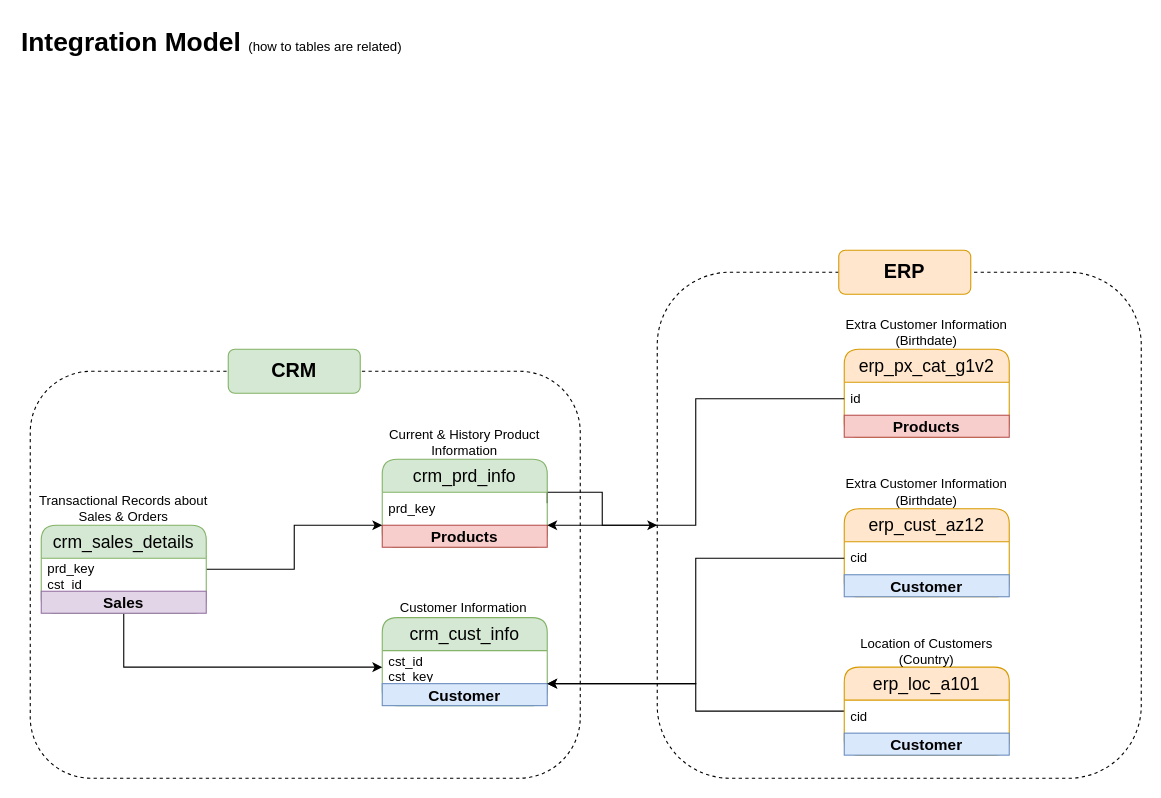
Darrow75/sql-data-warehouse-project keeps this draw.io diagram as docs/integration_model.drawio. Above is the earlier version. Source tidied: cells renumbered, new cells numbered last; positions are measured from the earlier drawing's top-left corner, leaving out a move shared by most shapes. Both pictures are drawn from the tidied source at 110%, with x=0, y=0 at pixel (19, 19).
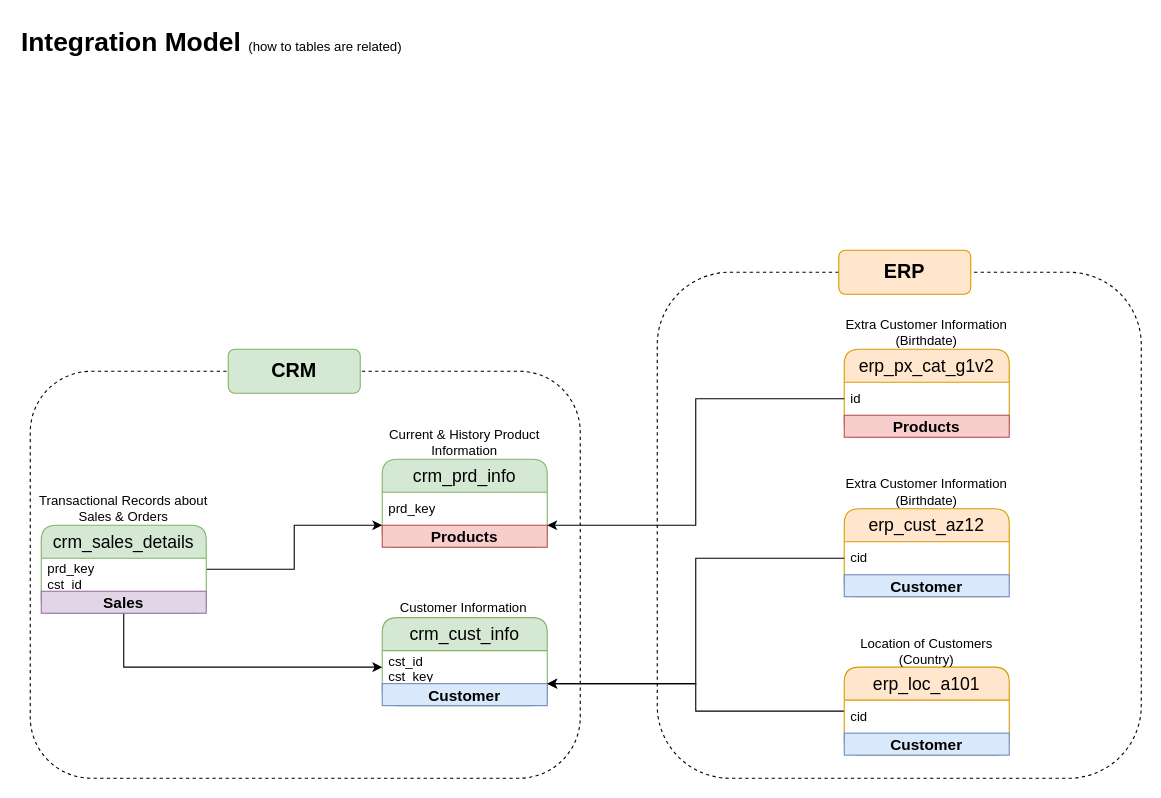
The same diagram, later.

Unchanged cells that the change refers to:
```xml
<mxCell id="2" style="rounded=1;whiteSpace=wrap;html=1;fillColor=none;dashed=1;" parent="1" vertex="1">
  <mxGeometry x="580" y="230" width="440" height="460" as="geometry" />
</mxCell>
<mxCell id="10" value="&lt;font style=&quot;font-size: 16px;&quot;&gt;crm_prd_info&lt;/font&gt;" style="swimlane;fontStyle=0;horizontal=1;startSize=30;whiteSpace=wrap;html=1;fillColor=#d5e8d4;strokeColor=#82b366;rounded=1;fontSize=18;" parent="1" vertex="1">
  <mxGeometry x="330" y="400" width="150" height="80" as="geometry" />
</mxCell>
```

Diff of the diagram source:
```diff
@@
-    <mxCell id="9" style="edgeStyle=orthogonalEdgeStyle;rounded=0;jettySize=auto;html=1;exitX=1;exitY=0.5;exitDx=0;exitDy=0;" parent="1" edge="1" source="10" target="2">
-      <mxGeometry relative="1" as="geometry">
-        <Array as="points">
-          <mxPoint x="480" y="430" />
-          <mxPoint x="530" y="430" />
-          <mxPoint x="530" y="460" />
-        </Array>
-      </mxGeometry>
-    </mxCell>
```
